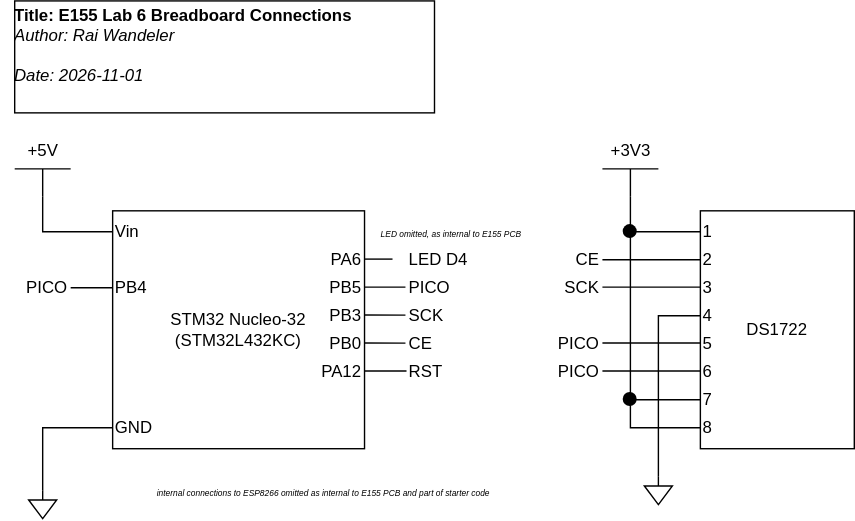
Above: portfolio/media/lab6/breadboard_connections.svg in whyitsrai/engr155 (draw.io), before the change. Source tidied: cells renumbered, new cells last; positions are measured from the earlier drawing's top-left corner, leaving out a move shared by most shapes. The source it was exported from:
```xml
<mxGraphModel>
  <root>
    <mxCell id="0" />
    <mxCell id="1" parent="0" />
    <mxCell id="2" value="DS1722" style="rounded=0;whiteSpace=wrap;html=1;" parent="1" vertex="1">
      <mxGeometry x="500" y="150" width="110" height="170" as="geometry" />
    </mxCell>
    <mxCell id="3" value="1" style="text;html=1;whiteSpace=wrap;strokeColor=none;fillColor=none;align=left;verticalAlign=middle;rounded=0;" parent="1" vertex="1">
      <mxGeometry x="500" y="160" width="20" height="10" as="geometry" />
    </mxCell>
    <mxCell id="4" value="2" style="text;html=1;whiteSpace=wrap;strokeColor=none;fillColor=none;align=left;verticalAlign=middle;rounded=0;" parent="1" vertex="1">
      <mxGeometry x="500" y="180" width="20" height="10" as="geometry" />
    </mxCell>
    <mxCell id="5" value="3" style="text;html=1;whiteSpace=wrap;strokeColor=none;fillColor=none;align=left;verticalAlign=middle;rounded=0;" parent="1" vertex="1">
      <mxGeometry x="500" y="200" width="20" height="10" as="geometry" />
    </mxCell>
    <mxCell id="6" value="4" style="text;html=1;whiteSpace=wrap;strokeColor=none;fillColor=none;align=left;verticalAlign=middle;rounded=0;" parent="1" vertex="1">
      <mxGeometry x="500" y="220" width="20" height="10" as="geometry" />
    </mxCell>
    <mxCell id="7" value="5" style="text;html=1;whiteSpace=wrap;strokeColor=none;fillColor=none;align=left;verticalAlign=middle;rounded=0;" parent="1" vertex="1">
      <mxGeometry x="500" y="240" width="20" height="10" as="geometry" />
    </mxCell>
    <mxCell id="8" value="6" style="text;html=1;whiteSpace=wrap;strokeColor=none;fillColor=none;align=left;verticalAlign=middle;rounded=0;" parent="1" vertex="1">
      <mxGeometry x="500" y="260" width="20" height="10" as="geometry" />
    </mxCell>
    <mxCell id="9" value="7" style="text;html=1;whiteSpace=wrap;strokeColor=none;fillColor=none;align=left;verticalAlign=middle;rounded=0;" parent="1" vertex="1">
      <mxGeometry x="500" y="280" width="20" height="10" as="geometry" />
    </mxCell>
    <mxCell id="10" value="8" style="text;html=1;whiteSpace=wrap;strokeColor=none;fillColor=none;align=left;verticalAlign=middle;rounded=0;" parent="1" vertex="1">
      <mxGeometry x="500" y="300" width="20" height="10" as="geometry" />
    </mxCell>
    <mxCell id="11" value="STM32 Nucleo-32&lt;div&gt;(STM32L432KC)&lt;/div&gt;" style="rounded=0;whiteSpace=wrap;html=1;" parent="1" vertex="1">
      <mxGeometry x="80" y="150" width="180" height="170" as="geometry" />
    </mxCell>
    <mxCell id="12" value="Vin" style="text;html=1;whiteSpace=wrap;strokeColor=none;fillColor=none;align=left;verticalAlign=middle;rounded=0;" parent="1" vertex="1">
      <mxGeometry x="80" y="160" width="20" height="10" as="geometry" />
    </mxCell>
    <mxCell id="13" value="PB4" style="text;html=1;whiteSpace=wrap;strokeColor=none;fillColor=none;align=left;verticalAlign=middle;rounded=0;" parent="1" vertex="1">
      <mxGeometry x="80" y="200" width="20" height="10" as="geometry" />
    </mxCell>
    <mxCell id="14" value="PB0" style="text;html=1;whiteSpace=wrap;strokeColor=none;fillColor=none;align=right;verticalAlign=middle;rounded=0;" parent="1" vertex="1">
      <mxGeometry x="240" y="240" width="20" height="10" as="geometry" />
    </mxCell>
    <mxCell id="15" value="PA12" style="text;html=1;whiteSpace=wrap;strokeColor=none;fillColor=none;align=right;verticalAlign=middle;rounded=0;" parent="1" vertex="1">
      <mxGeometry x="240" y="260" width="20" height="10" as="geometry" />
    </mxCell>
    <mxCell id="16" value="GND" style="text;html=1;whiteSpace=wrap;strokeColor=none;fillColor=none;align=left;verticalAlign=middle;rounded=0;" parent="1" vertex="1">
      <mxGeometry x="80" y="300" width="20" height="10" as="geometry" />
    </mxCell>
    <mxCell id="17" value="PA6" style="text;html=1;whiteSpace=wrap;strokeColor=none;fillColor=none;align=right;verticalAlign=middle;rounded=0;" parent="1" vertex="1">
      <mxGeometry x="240" y="180" width="20" height="10" as="geometry" />
    </mxCell>
    <mxCell id="18" value="PB5" style="text;html=1;whiteSpace=wrap;strokeColor=none;fillColor=none;align=right;verticalAlign=middle;rounded=0;" parent="1" vertex="1">
      <mxGeometry x="240" y="200" width="20" height="10" as="geometry" />
    </mxCell>
    <mxCell id="19" value="PB3" style="text;html=1;whiteSpace=wrap;strokeColor=none;fillColor=none;align=right;verticalAlign=middle;rounded=0;" parent="1" vertex="1">
      <mxGeometry x="240" y="220" width="20" height="10" as="geometry" />
    </mxCell>
    <mxCell id="20" style="endArrow=none;html=1;rounded=0;defaultLabelBackgroundColor=page;" parent="1" edge="1">
      <mxGeometry relative="1" as="geometry">
        <mxPoint x="260" y="264.5" as="sourcePoint" />
        <mxPoint x="290" y="264.5" as="targetPoint" />
      </mxGeometry>
    </mxCell>
    <mxCell id="21" style="endArrow=none;html=1;rounded=0;defaultLabelBackgroundColor=page;" parent="1" edge="1">
      <mxGeometry relative="1" as="geometry">
        <mxPoint x="260" y="184.5" as="sourcePoint" />
        <mxPoint x="280" y="184.5" as="targetPoint" />
      </mxGeometry>
    </mxCell>
    <mxCell id="22" value="LED D4" style="text;html=1;whiteSpace=wrap;strokeColor=none;fillColor=none;align=left;verticalAlign=middle;rounded=0;" parent="1" vertex="1">
      <mxGeometry x="290" y="180" width="50" height="10" as="geometry" />
    </mxCell>
    <mxCell id="23" value="&lt;i&gt;&lt;font style=&quot;font-size: 6px;&quot;&gt;LED omitted, as internal to E155 PCB&lt;/font&gt;&lt;/i&gt;" style="text;html=1;whiteSpace=wrap;strokeColor=none;fillColor=none;align=left;verticalAlign=middle;rounded=0;" parent="1" vertex="1">
      <mxGeometry x="270" y="160" width="110" height="10" as="geometry" />
    </mxCell>
    <mxCell id="24" value="PICO" style="text;html=1;whiteSpace=wrap;strokeColor=none;fillColor=none;align=left;verticalAlign=middle;rounded=0;" parent="1" vertex="1">
      <mxGeometry x="290" y="200" width="50" height="10" as="geometry" />
    </mxCell>
    <mxCell id="25" style="endArrow=none;html=1;rounded=0;defaultLabelBackgroundColor=page;entryX=-0.015;entryY=0.451;entryDx=0;entryDy=0;entryPerimeter=0;" parent="1" edge="1" target="24">
      <mxGeometry relative="1" as="geometry">
        <mxPoint x="260" y="204.5" as="sourcePoint" />
      </mxGeometry>
    </mxCell>
    <mxCell id="26" value="SCK" style="text;html=1;whiteSpace=wrap;strokeColor=none;fillColor=none;align=left;verticalAlign=middle;rounded=0;" parent="1" vertex="1">
      <mxGeometry x="290" y="220" width="50" height="10" as="geometry" />
    </mxCell>
    <mxCell id="27" style="endArrow=none;html=1;rounded=0;defaultLabelBackgroundColor=page;entryX=-0.015;entryY=0.451;entryDx=0;entryDy=0;entryPerimeter=0;" parent="1" edge="1" target="26">
      <mxGeometry relative="1" as="geometry">
        <mxPoint x="260" y="224.5" as="sourcePoint" />
      </mxGeometry>
    </mxCell>
    <mxCell id="28" value="CE" style="text;html=1;whiteSpace=wrap;strokeColor=none;fillColor=none;align=left;verticalAlign=middle;rounded=0;" parent="1" vertex="1">
      <mxGeometry x="290" y="240" width="50" height="10" as="geometry" />
    </mxCell>
    <mxCell id="29" style="endArrow=none;html=1;rounded=0;defaultLabelBackgroundColor=page;entryX=-0.015;entryY=0.451;entryDx=0;entryDy=0;entryPerimeter=0;" parent="1" edge="1" target="28">
      <mxGeometry relative="1" as="geometry">
        <mxPoint x="260" y="244.5" as="sourcePoint" />
      </mxGeometry>
    </mxCell>
    <mxCell id="30" value="PICO" style="text;html=1;whiteSpace=wrap;strokeColor=none;fillColor=none;align=right;verticalAlign=middle;rounded=0;" parent="1" vertex="1">
      <mxGeometry y="200" width="50" height="10" as="geometry" />
    </mxCell>
    <mxCell id="31" style="endArrow=none;html=1;rounded=0;defaultLabelBackgroundColor=page;entryX=-0.015;entryY=0.451;entryDx=0;entryDy=0;entryPerimeter=0;exitX=1;exitY=0.5;exitDx=0;exitDy=0;" parent="1" edge="1" source="30">
      <mxGeometry relative="1" as="geometry">
        <mxPoint x="80" y="205" as="targetPoint" />
      </mxGeometry>
    </mxCell>
    <mxCell id="32" style="verticalLabelPosition=bottom;shadow=0;dashed=0;align=center;html=1;verticalAlign=top;shape=mxgraph.electrical.signal_sources.signal_ground;labelPerimeter=1;" parent="1" vertex="1">
      <mxGeometry x="20" y="350" width="20" height="20" as="geometry" />
    </mxCell>
    <mxCell id="33" value="&lt;font style=&quot;font-size: 12px;&quot;&gt;+5V&lt;/font&gt;" style="verticalLabelPosition=top;verticalAlign=bottom;shape=mxgraph.electrical.signal_sources.vdd;shadow=0;dashed=0;align=center;strokeWidth=1;fontSize=24;html=1;flipV=1;labelPerimeter=1;legacyAnchorPoints=0;" parent="1" vertex="1">
      <mxGeometry x="10" y="120" width="40" height="20" as="geometry" />
    </mxCell>
    <mxCell id="34" style="endArrow=none;html=1;rounded=0;defaultLabelBackgroundColor=page;entryX=0;entryY=0.5;entryDx=0;entryDy=0;exitX=0.5;exitY=0;exitDx=0;exitDy=0;exitPerimeter=0;" parent="1" edge="1" source="32" target="16">
      <mxGeometry relative="1" as="geometry">
        <Array as="points">
          <mxPoint x="30" y="305" />
        </Array>
      </mxGeometry>
    </mxCell>
    <mxCell id="35" style="endArrow=none;html=1;rounded=0;defaultLabelBackgroundColor=page;exitX=0.5;exitY=0;exitDx=0;exitDy=0;exitPerimeter=0;entryX=0;entryY=0.5;entryDx=0;entryDy=0;" parent="1" edge="1" source="33" target="12">
      <mxGeometry relative="1" as="geometry">
        <Array as="points">
          <mxPoint x="30" y="165" />
        </Array>
      </mxGeometry>
    </mxCell>
    <mxCell id="36" value="RST" style="text;html=1;whiteSpace=wrap;strokeColor=none;fillColor=none;align=left;verticalAlign=middle;rounded=0;" parent="1" vertex="1">
      <mxGeometry x="290" y="260" width="50" height="10" as="geometry" />
    </mxCell>
    <mxCell id="37" value="&lt;font style=&quot;font-size: 12px;&quot;&gt;+3V3&lt;/font&gt;" style="verticalLabelPosition=top;verticalAlign=bottom;shape=mxgraph.electrical.signal_sources.vdd;shadow=0;dashed=0;align=center;strokeWidth=1;fontSize=24;html=1;flipV=1;labelPerimeter=1;legacyAnchorPoints=0;" parent="1" vertex="1">
      <mxGeometry x="430" y="120" width="40" height="20" as="geometry" />
    </mxCell>
    <mxCell id="38" style="endArrow=none;html=1;rounded=0;defaultLabelBackgroundColor=page;exitX=0.5;exitY=0;exitDx=0;exitDy=0;exitPerimeter=0;entryX=0;entryY=0.5;entryDx=0;entryDy=0;" parent="1" edge="1" source="37">
      <mxGeometry relative="1" as="geometry">
        <mxPoint x="500" y="165" as="targetPoint" />
        <Array as="points">
          <mxPoint x="450" y="165" />
        </Array>
      </mxGeometry>
    </mxCell>
    <mxCell id="39" style="endArrow=none;html=1;rounded=0;defaultLabelBackgroundColor=page;entryX=0;entryY=0.5;entryDx=0;entryDy=0;" parent="1" edge="1" target="10">
      <mxGeometry relative="1" as="geometry">
        <mxPoint x="450" y="160" as="sourcePoint" />
        <Array as="points">
          <mxPoint x="450" y="305" />
        </Array>
      </mxGeometry>
    </mxCell>
    <mxCell id="40" style="endArrow=none;html=1;rounded=0;defaultLabelBackgroundColor=page;exitX=0;exitY=0.5;exitDx=0;exitDy=0;" parent="1" edge="1" source="9">
      <mxGeometry relative="1" as="geometry">
        <mxPoint x="450" y="285" as="targetPoint" />
      </mxGeometry>
    </mxCell>
    <mxCell id="41" style="verticalLabelPosition=bottom;shadow=0;dashed=0;align=center;html=1;verticalAlign=top;shape=mxgraph.electrical.signal_sources.signal_ground;labelPerimeter=1;" parent="1" vertex="1">
      <mxGeometry x="460" y="340" width="20" height="20" as="geometry" />
    </mxCell>
    <mxCell id="42" style="endArrow=none;html=1;rounded=0;defaultLabelBackgroundColor=page;exitX=0.5;exitY=0;exitDx=0;exitDy=0;exitPerimeter=0;entryX=0;entryY=0.5;entryDx=0;entryDy=0;" parent="1" edge="1" source="41" target="6">
      <mxGeometry x="-0.12" relative="1" as="geometry">
        <Array as="points">
          <mxPoint x="470" y="225" />
        </Array>
      </mxGeometry>
    </mxCell>
    <mxCell id="43" value="CE" style="text;html=1;whiteSpace=wrap;strokeColor=none;fillColor=none;align=right;verticalAlign=middle;rounded=0;" parent="1" vertex="1">
      <mxGeometry x="380" y="180" width="50" height="10" as="geometry" />
    </mxCell>
    <mxCell id="44" value="SCK" style="text;html=1;whiteSpace=wrap;strokeColor=none;fillColor=none;align=right;verticalAlign=middle;rounded=0;" parent="1" vertex="1">
      <mxGeometry x="380" y="200" width="50" height="10" as="geometry" />
    </mxCell>
    <mxCell id="45" value="PICO" style="text;html=1;whiteSpace=wrap;strokeColor=none;fillColor=none;align=right;verticalAlign=middle;rounded=0;" parent="1" vertex="1">
      <mxGeometry x="380" y="240" width="50" height="10" as="geometry" />
    </mxCell>
    <mxCell id="46" value="PICO" style="text;html=1;whiteSpace=wrap;strokeColor=none;fillColor=none;align=right;verticalAlign=middle;rounded=0;" parent="1" vertex="1">
      <mxGeometry x="380" y="260" width="50" height="10" as="geometry" />
    </mxCell>
    <mxCell id="47" style="endArrow=none;html=1;rounded=0;defaultLabelBackgroundColor=page;entryX=0;entryY=0.5;entryDx=0;entryDy=0;exitX=1;exitY=0.5;exitDx=0;exitDy=0;" parent="1" edge="1" source="43" target="4">
      <mxGeometry relative="1" as="geometry" />
    </mxCell>
    <mxCell id="48" style="endArrow=none;html=1;rounded=0;defaultLabelBackgroundColor=page;entryX=0;entryY=0.5;entryDx=0;entryDy=0;exitX=1;exitY=0.5;exitDx=0;exitDy=0;" parent="1" edge="1">
      <mxGeometry relative="1" as="geometry">
        <mxPoint x="430" y="204.5" as="sourcePoint" />
        <mxPoint x="500" y="204.5" as="targetPoint" />
      </mxGeometry>
    </mxCell>
    <mxCell id="49" style="endArrow=none;html=1;rounded=0;defaultLabelBackgroundColor=page;entryX=0;entryY=0.5;entryDx=0;entryDy=0;exitX=1;exitY=0.5;exitDx=0;exitDy=0;" parent="1" edge="1">
      <mxGeometry relative="1" as="geometry">
        <mxPoint x="430" y="244.5" as="sourcePoint" />
        <mxPoint x="500" y="244.5" as="targetPoint" />
      </mxGeometry>
    </mxCell>
    <mxCell id="50" style="endArrow=none;html=1;rounded=0;defaultLabelBackgroundColor=page;entryX=0;entryY=0.5;entryDx=0;entryDy=0;exitX=1;exitY=0.5;exitDx=0;exitDy=0;" parent="1" edge="1">
      <mxGeometry relative="1" as="geometry">
        <mxPoint x="430" y="264.5" as="sourcePoint" />
        <mxPoint x="500" y="264.5" as="targetPoint" />
      </mxGeometry>
    </mxCell>
    <mxCell id="51" style="shape=ellipse;fillColor=light-dark(#000000,#000000);strokeColor=none;html=1;sketch=0;" parent="1" vertex="1">
      <mxGeometry x="445" y="280" width="10" height="10" as="geometry" />
    </mxCell>
    <mxCell id="52" style="shape=ellipse;fillColor=light-dark(#000000,#000000);strokeColor=none;html=1;sketch=0;" parent="1" vertex="1">
      <mxGeometry x="445" y="160" width="10" height="10" as="geometry" />
    </mxCell>
    <mxCell id="53" value="&lt;p style=&quot;margin:0px;margin-top:4px;text-align:center;&quot;&gt;&lt;/p&gt;&lt;p style=&quot;text-align: left; margin: 0px;&quot;&gt;&lt;b&gt;Title: E155 Lab 6 Breadboard Connections&lt;/b&gt;&lt;/p&gt;&lt;p style=&quot;text-align: left; margin: 0px;&quot;&gt;&lt;i&gt;Author: Rai Wandeler&lt;/i&gt;&lt;/p&gt;&lt;p style=&quot;text-align: left; margin: 0px;&quot;&gt;&lt;br&gt;&lt;/p&gt;&lt;p style=&quot;text-align: left; margin: 0px;&quot;&gt;&lt;i style=&quot;background-color: transparent; color: light-dark(#000000, var(--ge-light-color, #ffffff));&quot;&gt;Date: 2026-11-01&lt;/i&gt;&lt;/p&gt;" style="shape=rect;html=1;overflow=fill;whiteSpace=wrap;" parent="1" vertex="1">
      <mxGeometry x="10" width="300" height="80" as="geometry" />
    </mxCell>
    <mxCell id="54" value="&lt;i&gt;&lt;font style=&quot;font-size: 6px;&quot;&gt;internal connections to ESP8266 omitted as internal to E155 PCB and part of starter code&lt;/font&gt;&lt;/i&gt;" style="text;html=1;whiteSpace=wrap;strokeColor=none;fillColor=none;align=left;verticalAlign=middle;rounded=0;" parent="1" vertex="1">
      <mxGeometry x="110" y="345" width="240" height="10" as="geometry" />
    </mxCell>
  </root>
</mxGraphModel>
```
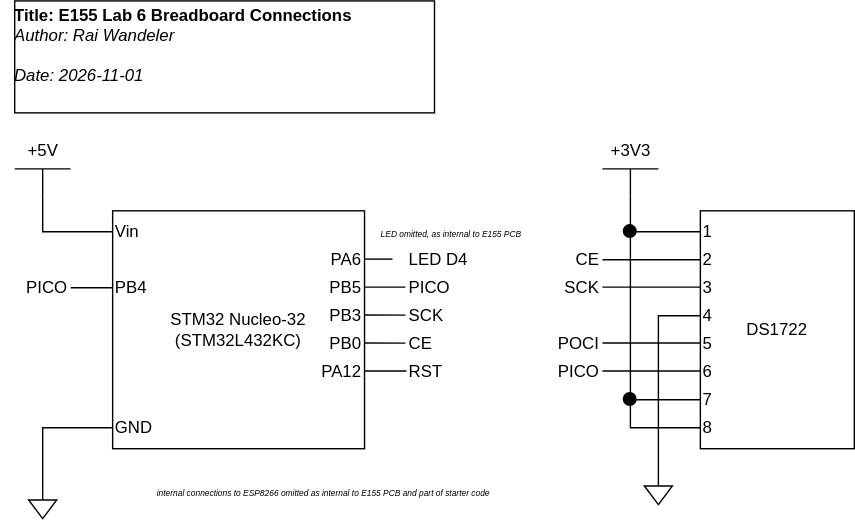
After the commit.

Commit message:
Lab 6 Fix Diagram

Diff of the diagram source:
```diff
@@ -169,7 +169,7 @@
     <mxCell id="44" value="SCK" style="text;html=1;whiteSpace=wrap;strokeColor=none;fillColor=none;align=right;verticalAlign=middle;rounded=0;" parent="1" vertex="1">
       <mxGeometry x="380" y="200" width="50" height="10" as="geometry" />
     </mxCell>
-    <mxCell id="45" value="PICO" style="text;html=1;whiteSpace=wrap;strokeColor=none;fillColor=none;align=right;verticalAlign=middle;rounded=0;" parent="1" vertex="1">
+    <mxCell id="45" value="POCI" style="text;html=1;whiteSpace=wrap;strokeColor=none;fillColor=none;align=right;verticalAlign=middle;rounded=0;" parent="1" vertex="1">
       <mxGeometry x="380" y="240" width="50" height="10" as="geometry" />
     </mxCell>
     <mxCell id="46" value="PICO" style="text;html=1;whiteSpace=wrap;strokeColor=none;fillColor=none;align=right;verticalAlign=middle;rounded=0;" parent="1" vertex="1">
```
